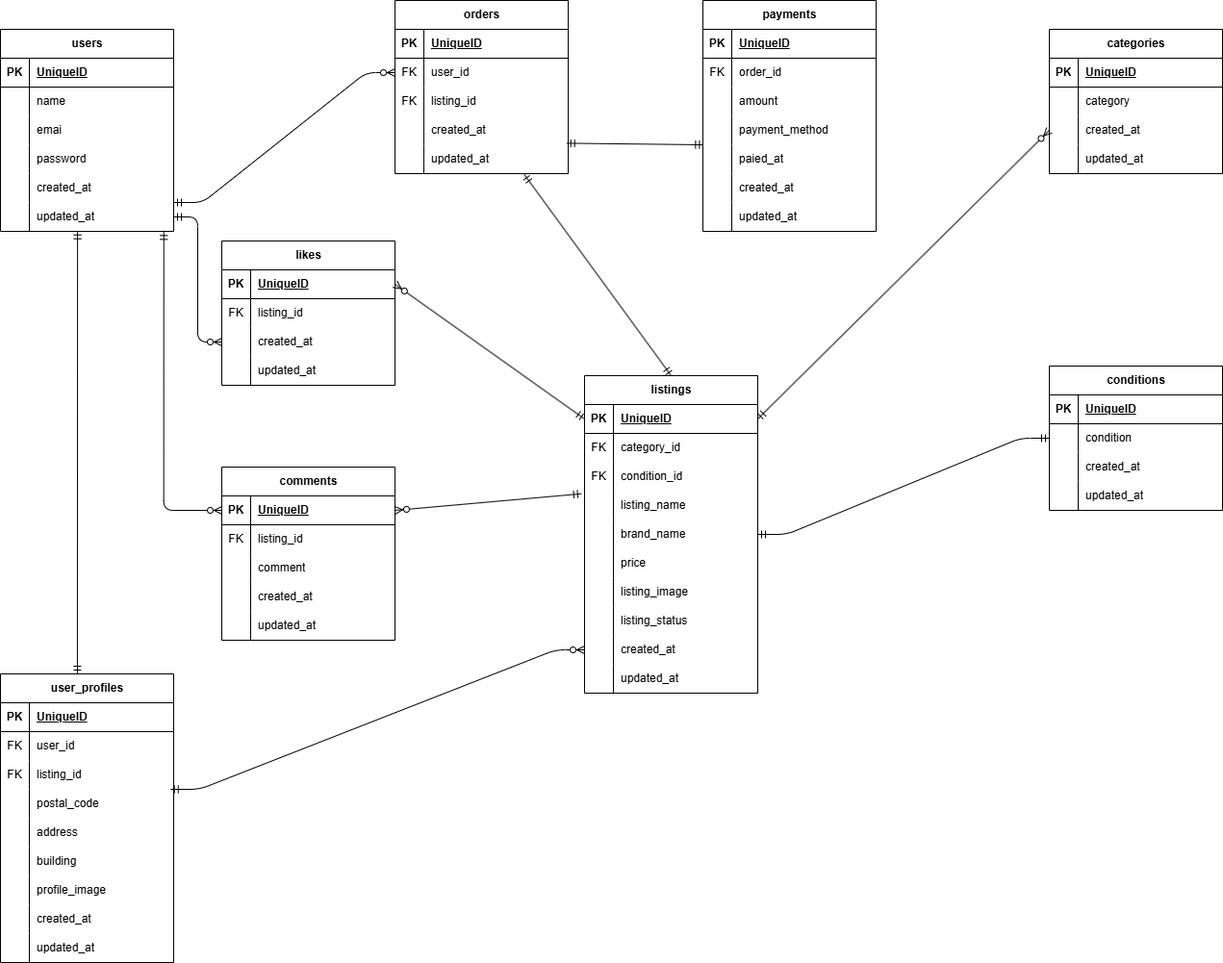
Earlier version of the draw.io export flea.drawio.png (kenta-10043/coachtech-flea). Source tidied: cells renumbered, new cells last; positions are measured from the earlier drawing's top-left corner, leaving out a move shared by most shapes.
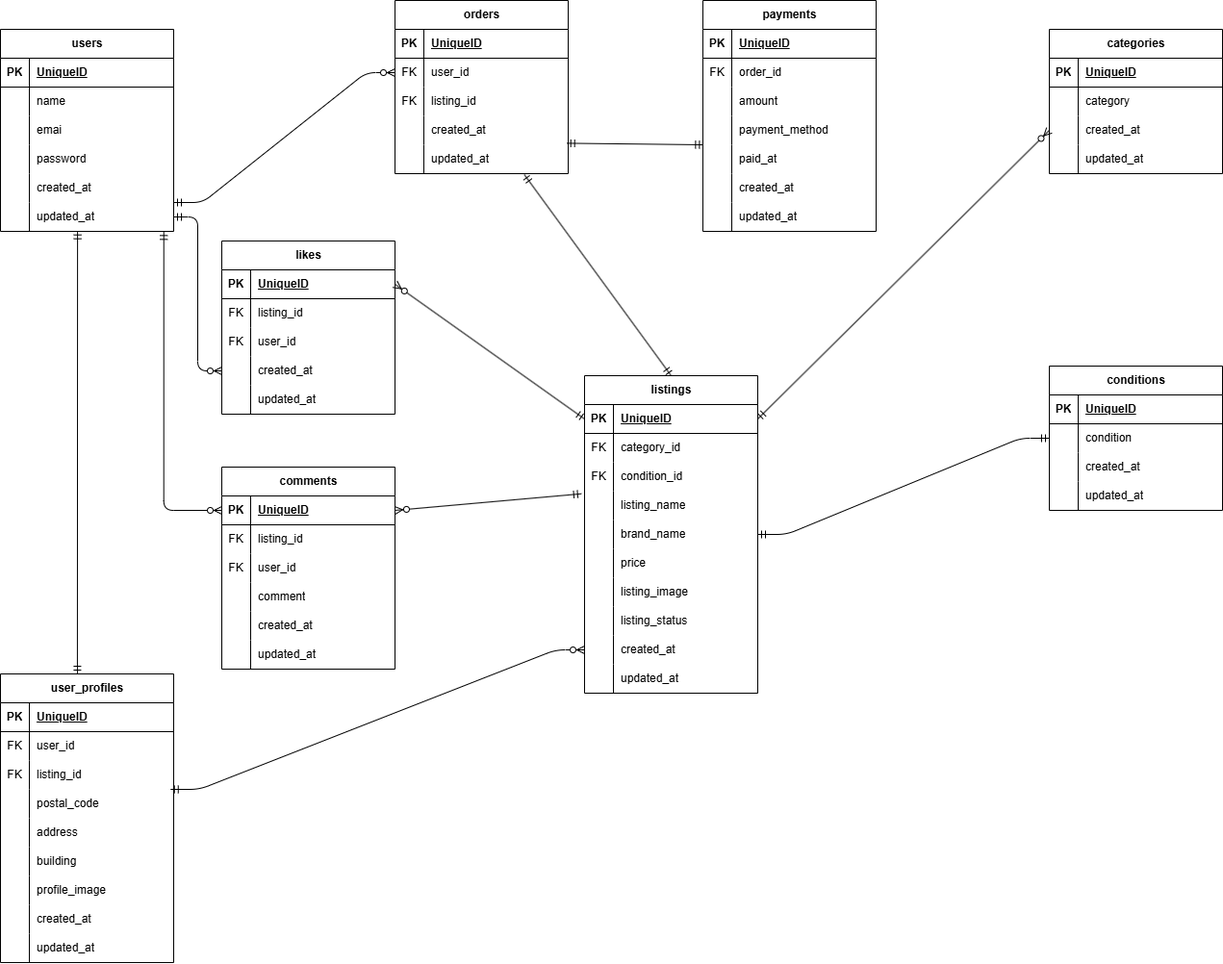
Later version of the same file.

Diff of the diagram source:
```diff
@@ -270,7 +270,7 @@
       <mxGeometry x="30" width="150" height="30" as="geometry" />
     </mxCell>
     <mxCell id="91" value="likes" style="shape=table;startSize=30;rowLines=0;fontStyle=1;align=center;html=1;" parent="1" vertex="1">
-      <mxGeometry x="230" y="250" width="180" height="150" as="geometry" />
+      <mxGeometry x="230" y="250" width="180" height="180" as="geometry" />
     </mxCell>
     <mxCell id="92" style="shape=tableRow;horizontal=0;startSize=0;swimlaneHead=0;swimlaneBody=0;fillColor=none;points=[[0,0.5],[1,0.5]];portConstraint=eastwest;top=0;left=0;right=0;bottom=1;" parent="91" vertex="1">
       <mxGeometry y="30" width="180" height="30" as="geometry" />
@@ -290,8 +290,17 @@
     <mxCell id="97" value="listing_id" style="shape=partialRectangle;fillColor=none;top=0;left=0;bottom=0;right=0;align=left;spacingLeft=6;overflow=hidden;whiteSpace=wrap;html=1;" parent="95" vertex="1">
       <mxGeometry x="30" width="150" height="30" as="geometry" />
     </mxCell>
+    <mxCell id="184" style="shape=tableRow;horizontal=0;startSize=0;swimlaneHead=0;swimlaneBody=0;fillColor=none;top=0;left=0;right=0;bottom=0;" parent="91" vertex="1">
+      <mxGeometry y="90" width="180" height="30" as="geometry" />
+    </mxCell>
+    <mxCell id="185" value="FK" style="shape=partialRectangle;fillColor=none;top=0;left=0;bottom=0;right=0;overflow=hidden;whiteSpace=wrap;html=1;" parent="184" vertex="1">
+      <mxGeometry width="30" height="30" as="geometry" />
+    </mxCell>
+    <mxCell id="186" value="user_id" style="shape=partialRectangle;fillColor=none;top=0;left=0;bottom=0;right=0;align=left;spacingLeft=6;overflow=hidden;whiteSpace=wrap;html=1;" parent="184" vertex="1">
+      <mxGeometry x="30" width="150" height="30" as="geometry" />
+    </mxCell>
     <mxCell id="98" style="shape=tableRow;horizontal=0;startSize=0;swimlaneHead=0;swimlaneBody=0;fillColor=none;points=[[0,0.5],[1,0.5]];portConstraint=eastwest;top=0;left=0;right=0;bottom=0;" parent="91" vertex="1">
-      <mxGeometry y="90" width="180" height="30" as="geometry" />
+      <mxGeometry y="120" width="180" height="30" as="geometry" />
     </mxCell>
     <mxCell id="99" style="shape=partialRectangle;fillColor=none;top=0;left=0;bottom=0;right=0;overflow=hidden;whiteSpace=wrap;html=1;" parent="98" vertex="1">
       <mxGeometry width="30" height="30" as="geometry" />
@@ -300,7 +309,7 @@
       <mxGeometry x="30" width="150" height="30" as="geometry" />
     </mxCell>
     <mxCell id="101" style="shape=tableRow;horizontal=0;startSize=0;swimlaneHead=0;swimlaneBody=0;fillColor=none;top=0;left=0;right=0;bottom=0;" parent="91" vertex="1">
-      <mxGeometry y="120" width="180" height="30" as="geometry" />
+      <mxGeometry y="150" width="180" height="30" as="geometry" />
     </mxCell>
     <mxCell id="102" style="shape=partialRectangle;fillColor=none;top=0;left=0;bottom=0;right=0;overflow=hidden;whiteSpace=wrap;html=1;" parent="101" vertex="1">
       <mxGeometry width="30" height="30" as="geometry" />
@@ -309,7 +318,7 @@
       <mxGeometry x="30" width="150" height="30" as="geometry" />
     </mxCell>
     <mxCell id="104" value="comments" style="shape=table;startSize=30;rowLines=0;fontStyle=1;align=center;html=1;" parent="1" vertex="1">
-      <mxGeometry x="230" y="485" width="180" height="180" as="geometry" />
+      <mxGeometry x="230" y="485" width="180" height="210" as="geometry" />
     </mxCell>
     <mxCell id="105" style="shape=tableRow;horizontal=0;startSize=0;swimlaneHead=0;swimlaneBody=0;fillColor=none;points=[[0,0.5],[1,0.5]];portConstraint=eastwest;top=0;left=0;right=0;bottom=1;" parent="104" vertex="1">
       <mxGeometry y="30" width="180" height="30" as="geometry" />
@@ -329,8 +338,17 @@
     <mxCell id="110" value="listing_id" style="shape=partialRectangle;fillColor=none;top=0;left=0;bottom=0;right=0;align=left;spacingLeft=6;overflow=hidden;whiteSpace=wrap;html=1;" parent="108" vertex="1">
       <mxGeometry x="30" width="150" height="30" as="geometry" />
     </mxCell>
+    <mxCell id="187" style="shape=tableRow;horizontal=0;startSize=0;swimlaneHead=0;swimlaneBody=0;fillColor=none;top=0;left=0;right=0;bottom=0;" parent="104" vertex="1">
+      <mxGeometry y="90" width="180" height="30" as="geometry" />
+    </mxCell>
+    <mxCell id="188" value="FK" style="shape=partialRectangle;fillColor=none;top=0;left=0;bottom=0;right=0;overflow=hidden;whiteSpace=wrap;html=1;" parent="187" vertex="1">
+      <mxGeometry width="30" height="30" as="geometry" />
+    </mxCell>
+    <mxCell id="189" value="user_id" style="shape=partialRectangle;fillColor=none;top=0;left=0;bottom=0;right=0;align=left;spacingLeft=6;overflow=hidden;whiteSpace=wrap;html=1;" parent="187" vertex="1">
+      <mxGeometry x="30" width="150" height="30" as="geometry" />
+    </mxCell>
     <mxCell id="111" style="shape=tableRow;horizontal=0;startSize=0;swimlaneHead=0;swimlaneBody=0;fillColor=none;top=0;left=0;right=0;bottom=0;" parent="104" vertex="1">
-      <mxGeometry y="90" width="180" height="30" as="geometry" />
+      <mxGeometry y="120" width="180" height="30" as="geometry" />
     </mxCell>
     <mxCell id="112" style="shape=partialRectangle;fillColor=none;top=0;left=0;bottom=0;right=0;overflow=hidden;whiteSpace=wrap;html=1;" parent="111" vertex="1">
       <mxGeometry width="30" height="30" as="geometry" />
@@ -339,7 +357,7 @@
       <mxGeometry x="30" width="150" height="30" as="geometry" />
     </mxCell>
     <mxCell id="114" style="shape=tableRow;horizontal=0;startSize=0;swimlaneHead=0;swimlaneBody=0;fillColor=none;top=0;left=0;right=0;bottom=0;" parent="104" vertex="1">
-      <mxGeometry y="120" width="180" height="30" as="geometry" />
+      <mxGeometry y="150" width="180" height="30" as="geometry" />
     </mxCell>
     <mxCell id="115" style="shape=partialRectangle;fillColor=none;top=0;left=0;bottom=0;right=0;overflow=hidden;whiteSpace=wrap;html=1;" parent="114" vertex="1">
       <mxGeometry width="30" height="30" as="geometry" />
@@ -348,7 +366,7 @@
       <mxGeometry x="30" width="150" height="30" as="geometry" />
     </mxCell>
     <mxCell id="117" style="shape=tableRow;horizontal=0;startSize=0;swimlaneHead=0;swimlaneBody=0;fillColor=none;top=0;left=0;right=0;bottom=0;" parent="104" vertex="1">
-      <mxGeometry y="150" width="180" height="30" as="geometry" />
+      <mxGeometry y="180" width="180" height="30" as="geometry" />
     </mxCell>
     <mxCell id="118" style="shape=partialRectangle;fillColor=none;top=0;left=0;bottom=0;right=0;overflow=hidden;whiteSpace=wrap;html=1;" parent="117" vertex="1">
       <mxGeometry width="30" height="30" as="geometry" />
@@ -436,7 +454,7 @@
     <mxCell id="142" style="shape=partialRectangle;fillColor=none;top=0;left=0;bottom=0;right=0;overflow=hidden;whiteSpace=wrap;html=1;" parent="141" vertex="1">
       <mxGeometry width="30" height="30" as="geometry" />
     </mxCell>
-    <mxCell id="143" value="paied_at" style="shape=partialRectangle;fillColor=none;top=0;left=0;bottom=0;right=0;align=left;spacingLeft=6;overflow=hidden;whiteSpace=wrap;html=1;" parent="141" vertex="1">
+    <mxCell id="143" value="paid_at" style="shape=partialRectangle;fillColor=none;top=0;left=0;bottom=0;right=0;align=left;spacingLeft=6;overflow=hidden;whiteSpace=wrap;html=1;" parent="141" vertex="1">
       <mxGeometry x="30" width="150" height="30" as="geometry" />
     </mxCell>
     <mxCell id="144" style="shape=tableRow;horizontal=0;startSize=0;swimlaneHead=0;swimlaneBody=0;fillColor=none;top=0;left=0;right=0;bottom=0;" parent="128" vertex="1">
```
